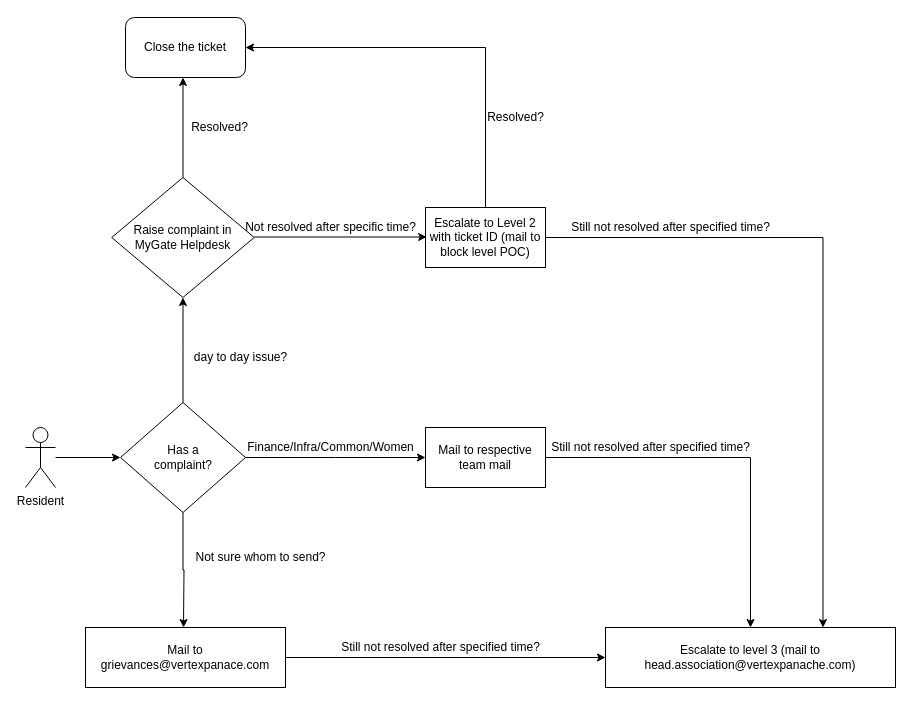
This is Untitled Diagram.drawio from menneni/algorithms, a draw.io file, before an edit. Source tidied: cells renumbered, new cells numbered last; positions are measured from the earlier drawing's top-left corner, leaving out a move shared by most shapes. Both pictures are drawn from the tidied source at 100%, with x=0, y=0 at pixel (25, 17).
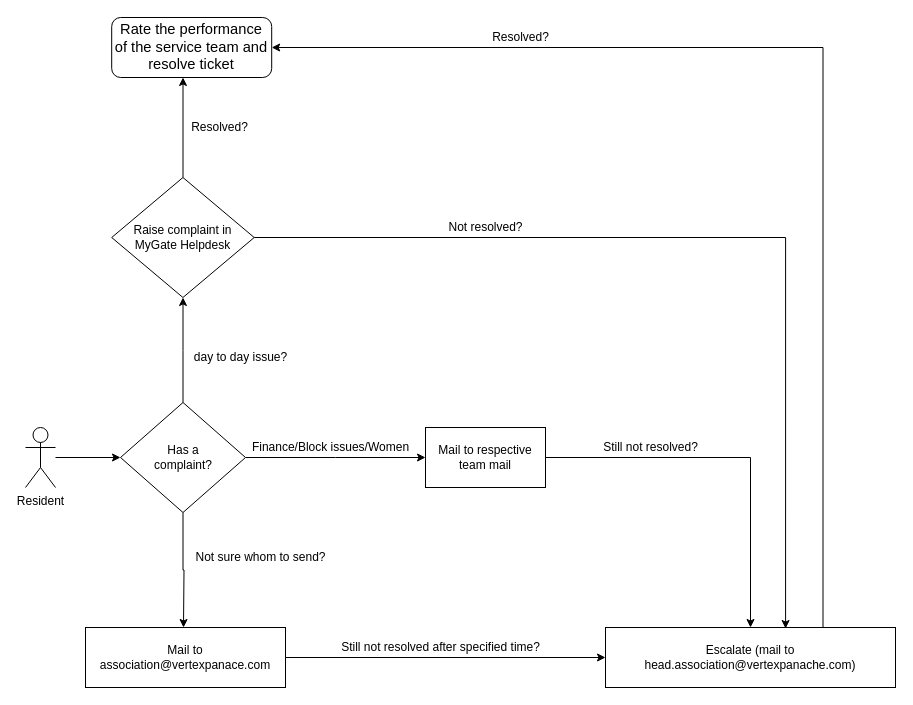
The same page after the edit.

The change refers to these unchanged cells:
```xml
<mxCell id="12" value="&lt;span&gt;Raise complaint in MyGate Helpdesk&lt;/span&gt;" style="rhombus;whiteSpace=wrap;html=1;" parent="1" vertex="1">
  <mxGeometry x="86.2" y="160" width="142.5" height="120" as="geometry" />
</mxCell>
```

Diff of the diagram source:
```diff
@@
-    <mxCell id="9" style="edgeStyle=orthogonalEdgeStyle;rounded=0;orthogonalLoop=1;jettySize=auto;html=1;exitX=1;exitY=0.5;exitDx=0;exitDy=0;" parent="1" edge="1">
-      <mxGeometry relative="1" as="geometry">
-        <mxPoint x="228.8" y="219.5" as="sourcePoint" />
-        <mxPoint x="401.2" y="219.5" as="targetPoint" />
-      </mxGeometry>
-    </mxCell>
@@
+    <mxCell id="30" style="edgeStyle=orthogonalEdgeStyle;rounded=0;jettySize=auto;html=1;exitX=1;exitY=0.5;exitDx=0;exitDy=0;entryX=0.621;entryY=0.017;entryDx=0;entryDy=0;entryPerimeter=0;" parent="1" edge="1" source="12" target="25">
+      <mxGeometry relative="1" as="geometry" />
+    </mxCell>
@@
-    <mxCell id="14" value="Close the ticket" style="rounded=1;whiteSpace=wrap;html=1;" parent="1" vertex="1">
-      <mxGeometry x="100" width="120" height="60" as="geometry" />
+    <mxCell id="14" value="&lt;span id=&quot;docs-internal-guid-10c72aca-7fff-022a-ff5a-32ac9e3cebfc&quot;&gt;&lt;span style=&quot;font-size: 11pt ; font-family: &amp;#34;arial&amp;#34; ; background-color: transparent ; vertical-align: baseline&quot;&gt;Rate the performance of the service team and resolve ticket&lt;/span&gt;&lt;/span&gt;" style="rounded=1;whiteSpace=wrap;html=1;" parent="1" vertex="1">
+      <mxGeometry x="86.2" width="160" height="60" as="geometry" />
     </mxCell>
-    <mxCell id="15" value="Not resolved after specific time?" style="text;html=1;align=center;verticalAlign=middle;strokeColor=none;fillColor=none;" parent="1" vertex="1">
-      <mxGeometry x="210" y="200" width="190" height="20" as="geometry" />
-    </mxCell>
-    <mxCell id="16" style="edgeStyle=orthogonalEdgeStyle;rounded=0;jettySize=auto;html=1;exitX=1;exitY=0.5;exitDx=0;exitDy=0;entryX=0.75;entryY=0;entryDx=0;entryDy=0;" parent="1" edge="1" source="18" target="25">
-      <mxGeometry relative="1" as="geometry" />
-    </mxCell>
-    <mxCell id="17" style="edgeStyle=orthogonalEdgeStyle;rounded=0;jettySize=auto;html=1;exitX=0.5;exitY=0;exitDx=0;exitDy=0;entryX=1;entryY=0.5;entryDx=0;entryDy=0;" parent="1" edge="1" source="18" target="14">
-      <mxGeometry relative="1" as="geometry" />
-    </mxCell>
-    <mxCell id="18" value="Escalate to Level 2 with ticket ID (mail to block level POC)" style="rounded=0;whiteSpace=wrap;html=1;" parent="1" vertex="1">
-      <mxGeometry x="400" y="190" width="120" height="60" as="geometry" />
-    </mxCell>
-    <mxCell id="19" value="Finance/Infra/Common/Women" style="text;html=1;align=center;verticalAlign=middle;strokeColor=none;fillColor=none;" parent="1" vertex="1">
-      <mxGeometry x="215" y="420" width="180" height="20" as="geometry" />
+    <mxCell id="19" value="Finance/Block issues/Women" style="text;html=1;align=center;verticalAlign=middle;strokeColor=none;fillColor=none;" parent="1" vertex="1">
+      <mxGeometry x="220" y="420" width="170" height="20" as="geometry" />
     </mxCell>
@@
-    <mxCell id="24" value="Mail to grievances@vertexpanace.com" style="rounded=0;whiteSpace=wrap;html=1;" parent="1" vertex="1">
+    <mxCell id="24" value="Mail to association@vertexpanace.com" style="rounded=0;whiteSpace=wrap;html=1;" parent="1" vertex="1">
       <mxGeometry x="60" y="610" width="200" height="60" as="geometry" />
     </mxCell>
+    <mxCell id="31" style="edgeStyle=orthogonalEdgeStyle;rounded=0;jettySize=auto;html=1;exitX=0.75;exitY=0;exitDx=0;exitDy=0;entryX=1;entryY=0.5;entryDx=0;entryDy=0;" parent="1" edge="1" source="25" target="14">
+      <mxGeometry relative="1" as="geometry" />
+    </mxCell>
-    <mxCell id="25" value="Escalate to level 3 (mail to head.association@vertexpanache.com)" style="rounded=0;whiteSpace=wrap;html=1;" parent="1" vertex="1">
+    <mxCell id="25" value="Escalate (mail to head.association@vertexpanache.com)" style="rounded=0;whiteSpace=wrap;html=1;" parent="1" vertex="1">
       <mxGeometry x="580" y="610" width="290" height="60" as="geometry" />
     </mxCell>
-    <mxCell id="26" value="Still not resolved after specified time?" style="text;html=1;align=center;verticalAlign=middle;strokeColor=none;fillColor=none;" parent="1" vertex="1">
-      <mxGeometry x="540" y="200" width="210" height="20" as="geometry" />
-    </mxCell>
-    <mxCell id="27" value="Still not resolved after specified time?" style="text;html=1;align=center;verticalAlign=middle;strokeColor=none;fillColor=none;" parent="1" vertex="1">
-      <mxGeometry x="520" y="420" width="210" height="20" as="geometry" />
+    <mxCell id="27" value="Still not resolved?" style="text;html=1;align=center;verticalAlign=middle;strokeColor=none;fillColor=none;" parent="1" vertex="1">
+      <mxGeometry x="570" y="420" width="110" height="20" as="geometry" />
     </mxCell>
@@
     <mxCell id="29" value="Resolved?" style="text;html=1;align=center;verticalAlign=middle;strokeColor=none;fillColor=none;" parent="1" vertex="1">
-      <mxGeometry x="455" y="90" width="70" height="20" as="geometry" />
+      <mxGeometry x="460" y="10" width="70" height="20" as="geometry" />
     </mxCell>
+    <mxCell id="32" value="Not resolved?" style="text;html=1;align=center;verticalAlign=middle;strokeColor=none;fillColor=none;" parent="1" vertex="1">
+      <mxGeometry x="415" y="200" width="90" height="20" as="geometry" />
+    </mxCell>
```
